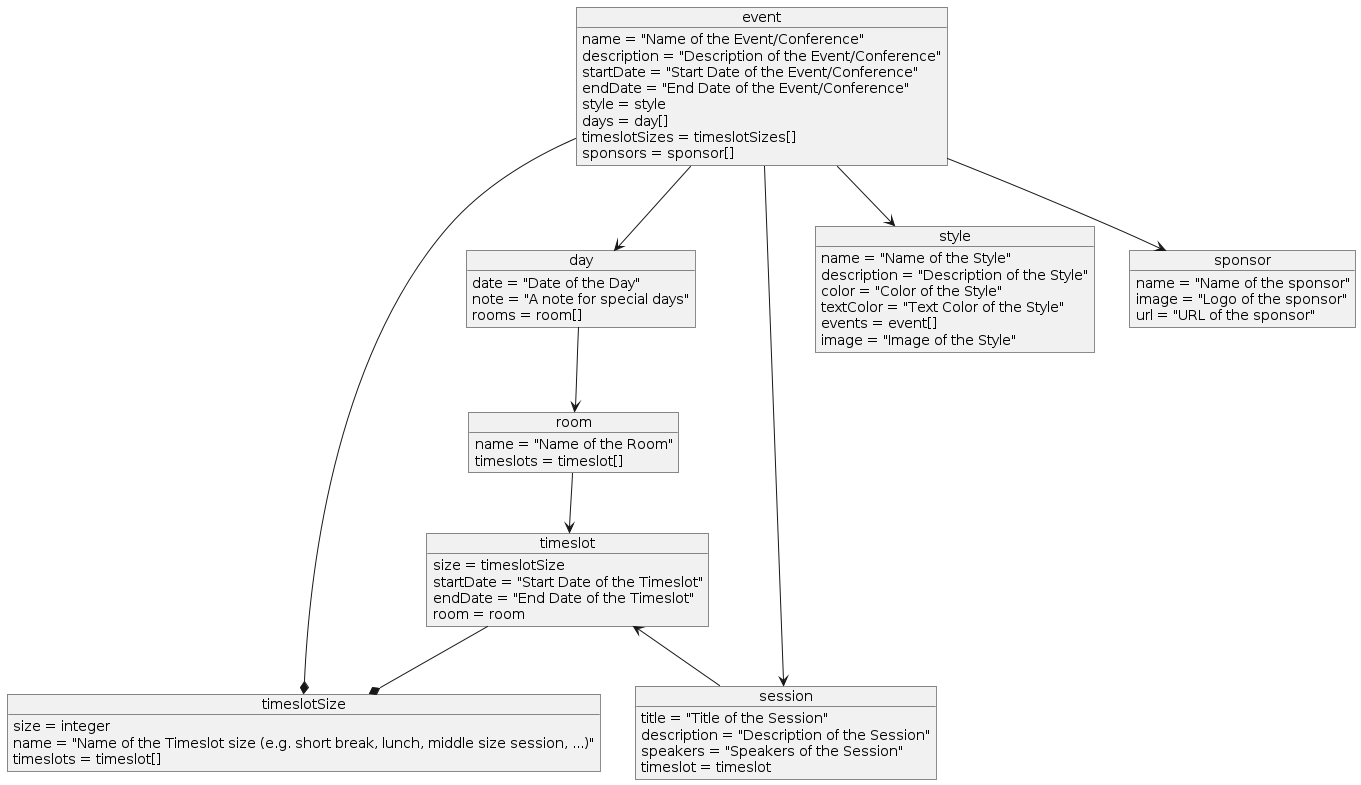
This is docs/diagrams/BusinessModels.png from mayflower/oTTo, a PlantUML export, as it was before one commit.
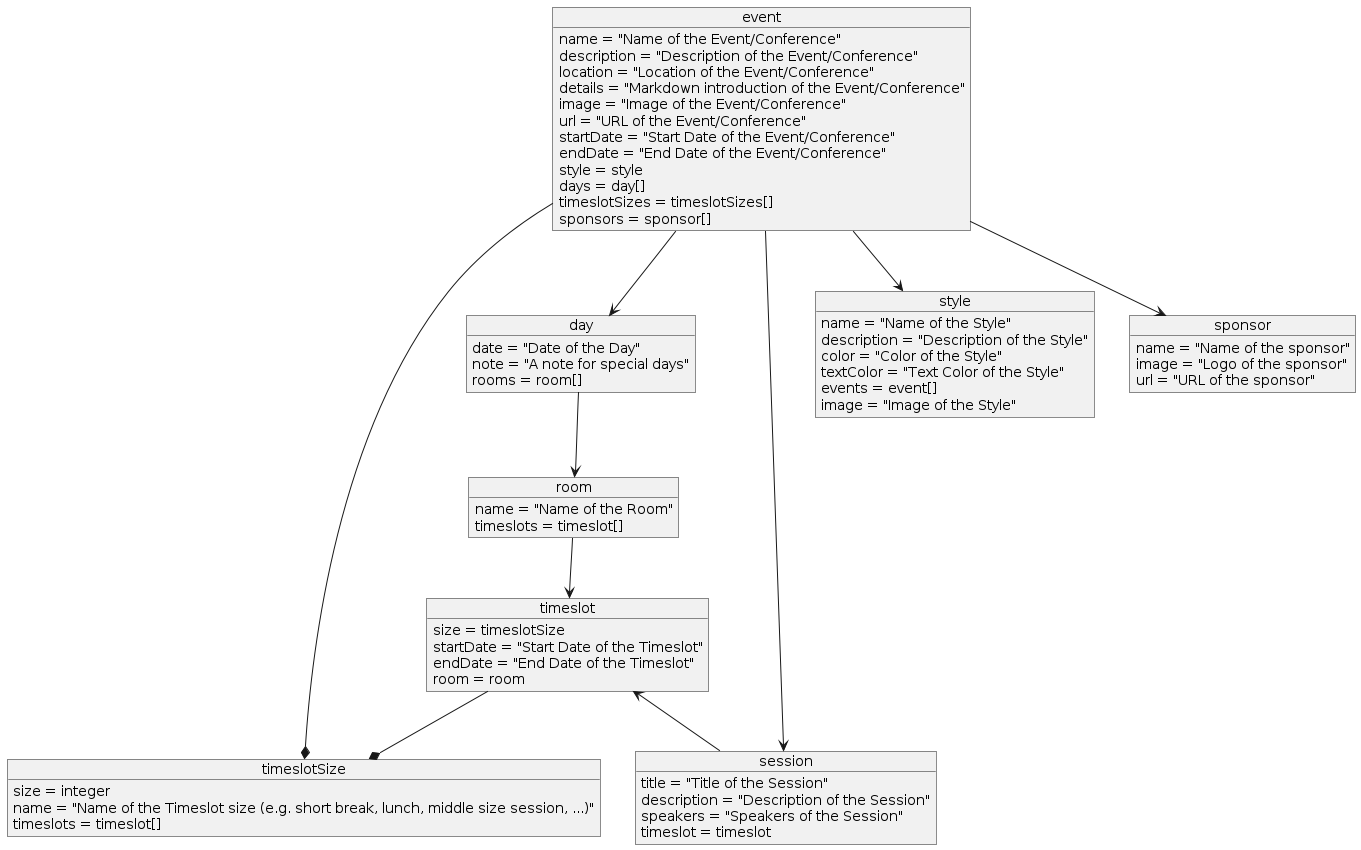
Above is the later version.

Commit message:
Add location, details, image and url to event

Diff of the diagram source:
```diff
@@ -11,6 +11,10 @@
 
 event : name = "Name of the Event/Conference"
 event : description = "Description of the Event/Conference"
+event : location = "Location of the Event/Conference"
+event : details = "Markdown introduction of the Event/Conference"
+event : image = "Image of the Event/Conference"
+event : url = "URL of the Event/Conference"
 event : startDate = "Start Date of the Event/Conference"
 event : endDate = "End Date of the Event/Conference"
 event : style = style
```
